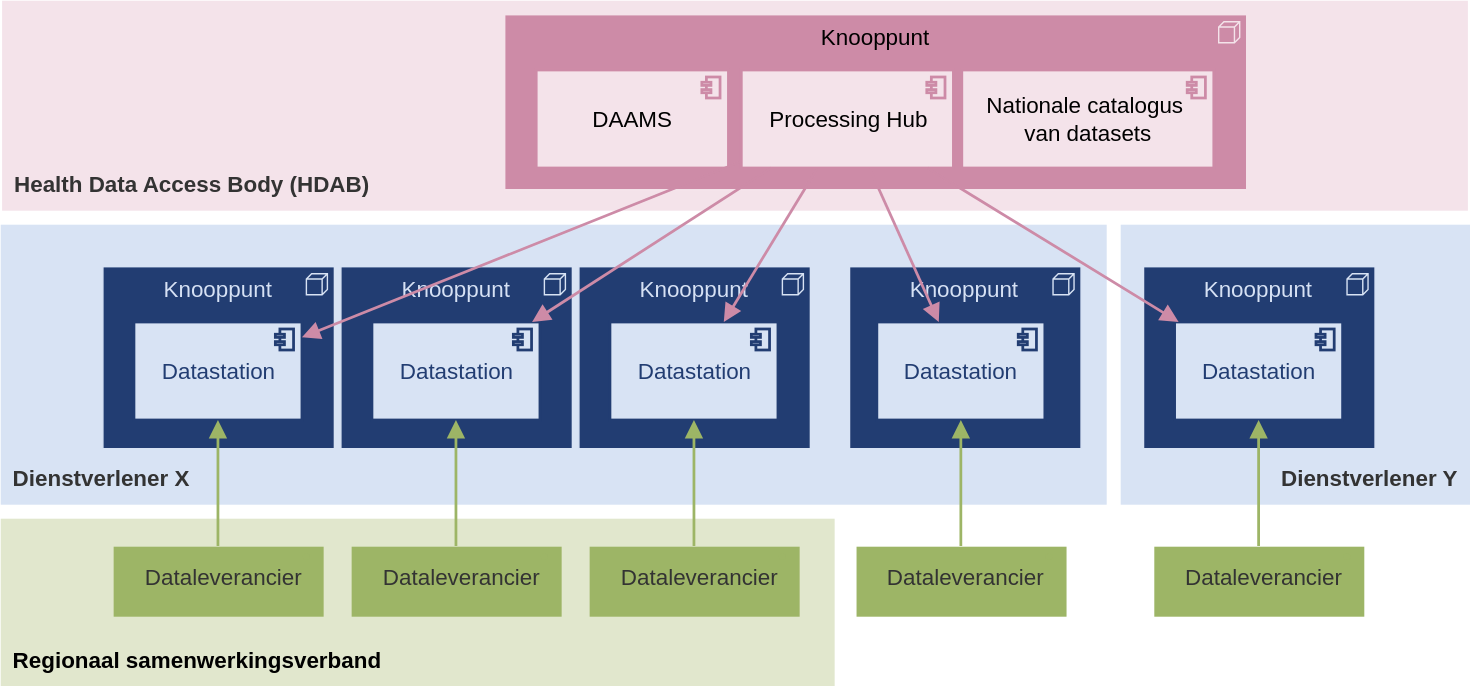
Before: docs/applicatie/laag-3/datastation-netwerk.drawio.svg, a diagram exported from draw.io (Health-RI/data-station-specification). Source tidied: cells renumbered, new cells last; positions are measured from the earlier drawing's top-left corner, leaving out a move shared by most shapes.
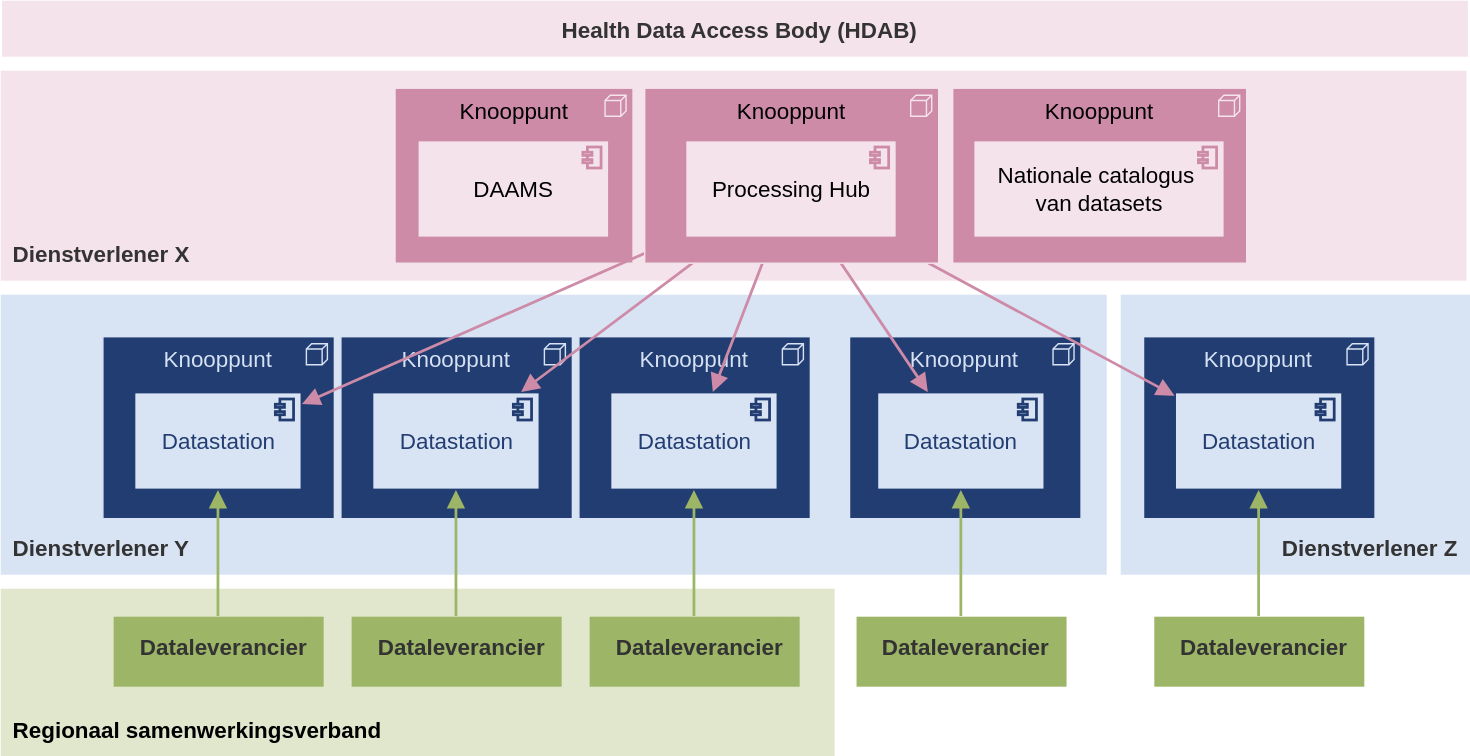
After the change.

What changed in the source:
```diff
@@ -2,10 +2,13 @@
   <root>
     <mxCell id="0" />
     <mxCell id="1" parent="0" />
+    <mxCell id="35" value="Dienstverlener X" style="html=1;whiteSpace=wrap;fillColor=light-dark(#F4E3EA,#F4E3EA);shape=mxgraph.archimate3.application;appType=actor;archiType=square;fontSize=16;fontColor=#333333;strokeColor=none;verticalAlign=bottom;spacingBottom=7.874;align=left;fontStyle=1;spacingLeft=7.874;" parent="1" vertex="1">
+      <mxGeometry width="1047" height="150" as="geometry" />
+    </mxCell>
     <mxCell id="2" value="Regionaal samenwerkingsverband" style="rounded=0;whiteSpace=wrap;html=1;strokeColor=none;fillColor=light-dark(#E1E7CD,#E1E7CD);verticalAlign=bottom;align=left;spacingLeft=7.874;fontSize=16;fontStyle=1;spacingBottom=7.874;" parent="1" vertex="1">
       <mxGeometry y="370" width="595.7" height="120" as="geometry" />
     </mxCell>
-    <mxCell id="3" value="Dienstverlener X" style="html=1;whiteSpace=wrap;fillColor=light-dark(#D8E3F4,#D8E3F4);shape=mxgraph.archimate3.application;appType=actor;archiType=square;fontSize=16;fontColor=#333333;strokeColor=none;verticalAlign=bottom;spacingBottom=7.874;align=left;spacingLeft=7.874;fontStyle=1;" parent="1" vertex="1">
+    <mxCell id="3" value="Dienstverlener Y" style="html=1;whiteSpace=wrap;fillColor=light-dark(#D8E3F4,#D8E3F4);shape=mxgraph.archimate3.application;appType=actor;archiType=square;fontSize=16;fontColor=#333333;strokeColor=none;verticalAlign=bottom;spacingBottom=7.874;align=left;spacingLeft=7.874;fontStyle=1;" parent="1" vertex="1">
       <mxGeometry y="160" width="790" height="200" as="geometry" />
     </mxCell>
     <mxCell id="4" value="Knooppunt" style="html=1;whiteSpace=wrap;fillColor=light-dark(#223D72,#223D72);shape=mxgraph.archimate3.application;appType=node;archiType=square;fontSize=16;verticalAlign=top;fontColor=light-dark(#d6e1f4, #272727);strokeColor=#D8E3F4;" parent="1" vertex="1">
@@ -17,7 +20,7 @@
     <mxCell id="6" value="Knooppunt" style="html=1;whiteSpace=wrap;fillColor=light-dark(#223D72,#223D72);shape=mxgraph.archimate3.application;appType=node;archiType=square;fontSize=16;verticalAlign=top;fontColor=light-dark(#d6e1f4, #272727);strokeColor=#D8E3F4;" parent="1" vertex="1">
       <mxGeometry x="413" y="190" width="165.3" height="130" as="geometry" />
     </mxCell>
-    <mxCell id="7" value="Dienstverlener Y" style="html=1;whiteSpace=wrap;fillColor=light-dark(#D8E3F4,#D8E3F4);shape=mxgraph.archimate3.application;appType=actor;archiType=square;fontSize=16;fontColor=#333333;strokeColor=none;verticalAlign=bottom;spacingBottom=7.874;align=right;spacingLeft=7.874;fontStyle=1;spacingRight=7.874;" parent="1" vertex="1">
+    <mxCell id="7" value="Dienstverlener Z" style="html=1;whiteSpace=wrap;fillColor=light-dark(#D8E3F4,#D8E3F4);shape=mxgraph.archimate3.application;appType=actor;archiType=square;fontSize=16;fontColor=#333333;strokeColor=none;verticalAlign=bottom;spacingBottom=7.874;align=right;spacingLeft=7.874;fontStyle=1;spacingRight=7.874;" parent="1" vertex="1">
       <mxGeometry x="800" y="160" width="250" height="200" as="geometry" />
     </mxCell>
     <mxCell id="8" value="Knooppunt" style="html=1;whiteSpace=wrap;fillColor=light-dark(#223D72,#223D72);shape=mxgraph.archimate3.application;appType=node;archiType=square;fontSize=16;verticalAlign=top;fontColor=light-dark(#d6e1f4, #272727);strokeColor=#D8E3F4;" parent="1" vertex="1">
@@ -41,31 +44,28 @@
     <mxCell id="14" value="Datastation" style="html=1;outlineConnect=0;whiteSpace=wrap;fillColor=light-dark(#D8E3F4,#D8E3F4);shape=mxgraph.archimate3.application;appType=comp;archiType=square;fontSize=16;strokeWidth=1.9685;strokeColor=#223D72;fontColor=#223D72;" parent="1" vertex="1">
       <mxGeometry x="839" y="230" width="120" height="70" as="geometry" />
     </mxCell>
-    <mxCell id="15" value="Health Data Access Body (HDAB)" style="html=1;whiteSpace=wrap;fillColor=light-dark(#F4E3EA,#F4E3EA);shape=mxgraph.archimate3.application;appType=actor;archiType=square;fontSize=16;fontColor=#333333;strokeColor=none;verticalAlign=bottom;spacingBottom=7.874;align=left;fontStyle=1;spacingLeft=7.874;" parent="1" vertex="1">
-      <mxGeometry x="1" width="1047" height="150" as="geometry" />
+    <mxCell id="15" value="Health Data Access Body (HDAB)" style="html=1;whiteSpace=wrap;fillColor=light-dark(#F4E3EA,#F4E3EA);shape=mxgraph.archimate3.application;appType=actor;archiType=square;fontSize=16;fontColor=#333333;strokeColor=none;verticalAlign=bottom;spacingBottom=7.874;align=center;fontStyle=1;spacingLeft=7.874;" parent="1" vertex="1">
+      <mxGeometry x="1" y="-50" width="1047" height="40" as="geometry" />
     </mxCell>
     <mxCell id="16" value="Knooppunt" style="html=1;whiteSpace=wrap;fillColor=light-dark(#CD8BA7,#CD8BA7);shape=mxgraph.archimate3.application;appType=node;archiType=square;fontSize=16;verticalAlign=top;strokeColor=#F4E3EA;" parent="1" vertex="1">
-      <mxGeometry x="360" y="10" width="530" height="125" as="geometry" />
+      <mxGeometry x="281.7" y="12.5" width="170" height="125" as="geometry" />
     </mxCell>
-    <mxCell id="17" value="Processing Hub" style="html=1;outlineConnect=0;whiteSpace=wrap;fillColor=light-dark(#F4E3EA,#F4E3EA);shape=mxgraph.archimate3.application;appType=comp;archiType=square;fontSize=16;strokeWidth=1.9685;strokeColor=#CD8BA7;fontStyle=0;" parent="1" vertex="1">
-      <mxGeometry x="529.5" y="50" width="151.5" height="70" as="geometry" />
-    </mxCell>
     <mxCell id="18" value="DAAMS" style="html=1;whiteSpace=wrap;fillColor=light-dark(#F4E3EA,#F4E3EA);shape=mxgraph.archimate3.application;appType=comp;archiType=square;fontSize=16;strokeWidth=1.9685;strokeColor=#CD8BA7;fontStyle=0;" parent="1" vertex="1">
-      <mxGeometry x="383" y="50" width="137.3" height="70" as="geometry" />
+      <mxGeometry x="298" y="50" width="137.3" height="70" as="geometry" />
     </mxCell>
-    <mxCell id="19" value="Dataleverancier" style="html=1;outlineConnect=0;whiteSpace=wrap;fillColor=light-dark(#9DB566,#9DB566);shape=mxgraph.archimate3.application;appType=actor;archiType=square;fontSize=16;fontColor=#333333;strokeColor=none;verticalAlign=middle;spacingBottom=7.874;align=center;spacingLeft=7.874;fontStyle=0;" parent="1" vertex="1">
+    <mxCell id="19" value="Dataleverancier" style="html=1;outlineConnect=0;whiteSpace=wrap;fillColor=light-dark(#9DB566,#9DB566);shape=mxgraph.archimate3.application;appType=actor;archiType=square;fontSize=16;fontColor=#333333;strokeColor=none;verticalAlign=middle;spacingBottom=7.874;align=center;spacingLeft=7.874;fontStyle=1;" parent="1" vertex="1">
       <mxGeometry x="80.7" y="390" width="150" height="50" as="geometry" />
     </mxCell>
-    <mxCell id="20" value="Dataleverancier" style="html=1;outlineConnect=0;whiteSpace=wrap;fillColor=light-dark(#9DB566,#9DB566);shape=mxgraph.archimate3.application;appType=actor;archiType=square;fontSize=16;fontColor=#333333;strokeColor=none;verticalAlign=middle;spacingBottom=7.874;align=center;spacingLeft=7.874;fontStyle=0;" parent="1" vertex="1">
+    <mxCell id="20" value="Dataleverancier" style="html=1;outlineConnect=0;whiteSpace=wrap;fillColor=light-dark(#9DB566,#9DB566);shape=mxgraph.archimate3.application;appType=actor;archiType=square;fontSize=16;fontColor=#333333;strokeColor=none;verticalAlign=middle;spacingBottom=7.874;align=center;spacingLeft=7.874;fontStyle=1;" parent="1" vertex="1">
       <mxGeometry x="250.7" y="390" width="150" height="50" as="geometry" />
     </mxCell>
-    <mxCell id="21" value="Dataleverancier" style="html=1;outlineConnect=0;whiteSpace=wrap;fillColor=light-dark(#9DB566,#9DB566);shape=mxgraph.archimate3.application;appType=actor;archiType=square;fontSize=16;fontColor=#333333;strokeColor=none;verticalAlign=middle;spacingBottom=7.874;align=center;spacingLeft=7.874;fontStyle=0;" parent="1" vertex="1">
+    <mxCell id="21" value="Dataleverancier" style="html=1;outlineConnect=0;whiteSpace=wrap;fillColor=light-dark(#9DB566,#9DB566);shape=mxgraph.archimate3.application;appType=actor;archiType=square;fontSize=16;fontColor=#333333;strokeColor=none;verticalAlign=middle;spacingBottom=7.874;align=center;spacingLeft=7.874;fontStyle=1;" parent="1" vertex="1">
       <mxGeometry x="420.7" y="390" width="150" height="50" as="geometry" />
     </mxCell>
-    <mxCell id="22" value="Dataleverancier" style="html=1;outlineConnect=0;whiteSpace=wrap;fillColor=light-dark(#9DB566,#9DB566);shape=mxgraph.archimate3.application;appType=actor;archiType=square;fontSize=16;fontColor=#333333;strokeColor=none;verticalAlign=middle;spacingBottom=7.874;align=center;spacingLeft=7.874;fontStyle=0;" parent="1" vertex="1">
+    <mxCell id="22" value="Dataleverancier" style="html=1;outlineConnect=0;whiteSpace=wrap;fillColor=light-dark(#9DB566,#9DB566);shape=mxgraph.archimate3.application;appType=actor;archiType=square;fontSize=16;fontColor=#333333;strokeColor=none;verticalAlign=middle;spacingBottom=7.874;align=center;spacingLeft=7.874;fontStyle=1;" parent="1" vertex="1">
       <mxGeometry x="611.3" y="390" width="150" height="50" as="geometry" />
     </mxCell>
-    <mxCell id="23" value="Dataleverancier" style="html=1;outlineConnect=0;whiteSpace=wrap;fillColor=light-dark(#9DB566,#9DB566);shape=mxgraph.archimate3.application;appType=actor;archiType=square;fontSize=16;fontColor=#333333;strokeColor=none;verticalAlign=middle;spacingBottom=7.874;align=center;spacingLeft=7.874;fontStyle=0;" parent="1" vertex="1">
+    <mxCell id="23" value="Dataleverancier" style="html=1;outlineConnect=0;whiteSpace=wrap;fillColor=light-dark(#9DB566,#9DB566);shape=mxgraph.archimate3.application;appType=actor;archiType=square;fontSize=16;fontColor=#333333;strokeColor=none;verticalAlign=middle;spacingBottom=7.874;align=center;spacingLeft=7.874;fontStyle=1;" parent="1" vertex="1">
       <mxGeometry x="824" y="390" width="150" height="50" as="geometry" />
     </mxCell>
     <mxCell id="24" style="endArrow=block;html=1;rounded=0;fontSize=12;startSize=8;endSize=8;curved=1;strokeWidth=1.9685;strokeColor=#9DB566;endFill=1;" parent="1" edge="1" source="19" target="11">
@@ -98,8 +98,17 @@
     <mxCell id="33" style="endArrow=block;html=1;rounded=0;fontSize=12;startSize=8;endSize=8;curved=1;strokeWidth=1.9685;strokeColor=#CD8BA7;endFill=1;" parent="1" edge="1" source="17" target="14">
       <mxGeometry relative="1" as="geometry" />
     </mxCell>
+    <mxCell id="36" value="Knooppunt" style="html=1;whiteSpace=wrap;fillColor=light-dark(#CD8BA7,#CD8BA7);shape=mxgraph.archimate3.application;appType=node;archiType=square;fontSize=16;verticalAlign=top;strokeColor=#F4E3EA;" parent="1" vertex="1">
+      <mxGeometry x="680" y="12.5" width="210" height="125" as="geometry" />
+    </mxCell>
+    <mxCell id="37" value="Knooppunt" style="html=1;whiteSpace=wrap;fillColor=light-dark(#CD8BA7,#CD8BA7);shape=mxgraph.archimate3.application;appType=node;archiType=square;fontSize=16;verticalAlign=top;strokeColor=#F4E3EA;" parent="1" vertex="1">
+      <mxGeometry x="460" y="12.5" width="210" height="125" as="geometry" />
+    </mxCell>
+    <mxCell id="17" value="Processing Hub" style="html=1;outlineConnect=0;whiteSpace=wrap;fillColor=light-dark(#F4E3EA,#F4E3EA);shape=mxgraph.archimate3.application;appType=comp;archiType=square;fontSize=16;strokeWidth=1.9685;strokeColor=#CD8BA7;fontStyle=0;" parent="1" vertex="1">
+      <mxGeometry x="489.2" y="50" width="151.5" height="70" as="geometry" />
+    </mxCell>
     <mxCell id="34" value="Nationale catalogus&amp;nbsp;&lt;div&gt;van datasets&lt;/div&gt;" style="html=1;whiteSpace=wrap;fillColor=light-dark(#F4E3EA,#F4E3EA);shape=mxgraph.archimate3.application;appType=comp;archiType=square;fontSize=16;strokeWidth=1.9685;strokeColor=#CD8BA7;fontStyle=0;" parent="1" vertex="1">
-      <mxGeometry x="687" y="50" width="180" height="70" as="geometry" />
+      <mxGeometry x="695" y="50" width="180" height="70" as="geometry" />
     </mxCell>
   </root>
 </mxGraphModel>
```
